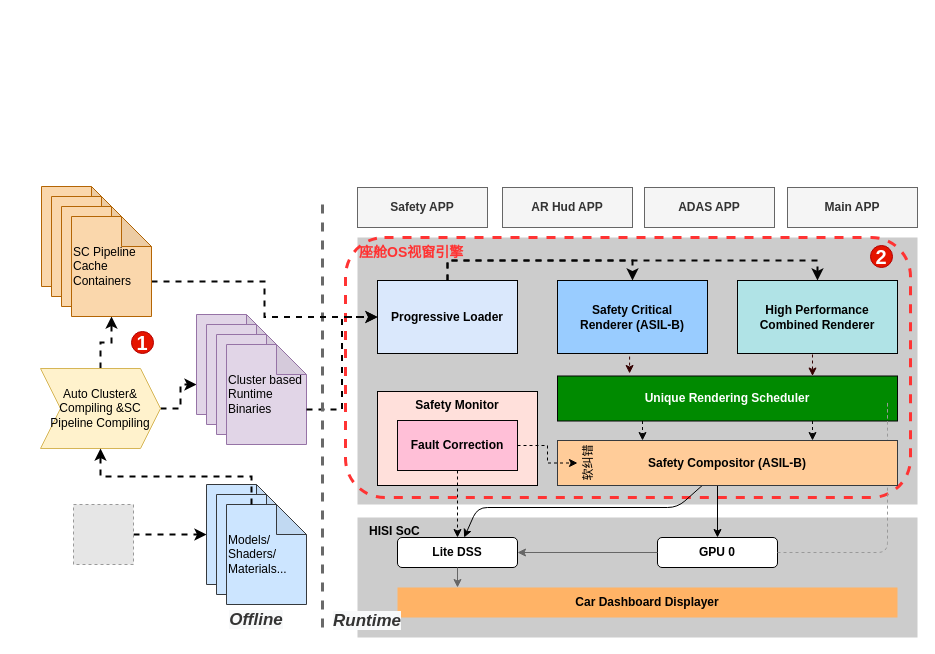
Earlier version of the draw.io diagram page "overview" (1 of 2) of 智能座舱关键技术.drawio (chaov/Blog). Source tidied: cells renumbered, new cells numbered last; positions are measured from the earlier drawing's top-left corner, leaving out a move shared by most shapes. Both pictures are drawn from the tidied source at 100%, with x=0, y=0 at pixel (17, 17). Pictures stored in the file or linked from it are replaced by grey dashed boxes.
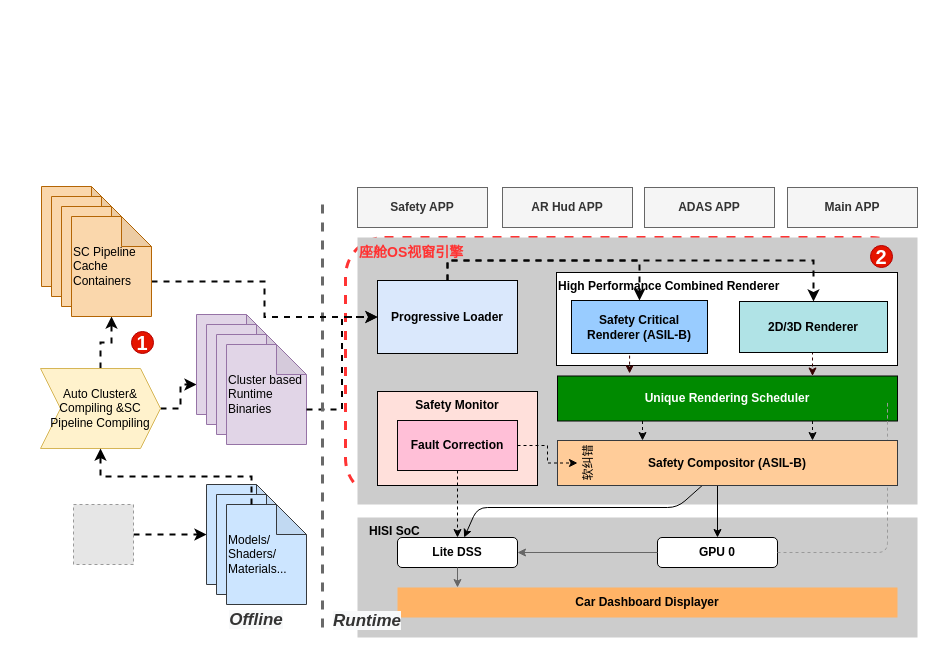
The same diagram, later.

Change to the diagram source:
```diff
@@
-    <mxCell id="2" style="group;align=right;verticalAlign=top;" parent="1" vertex="1">
+    <mxCell id="2" style="group;align=left;verticalAlign=top;" parent="1" vertex="1">
       <mxGeometry width="900" height="620" as="geometry" />
     </mxCell>
+    <mxCell id="4" style="rounded=1;whiteSpace=wrap;html=1;fontSize=20;fillColor=none;strokeColor=#FF3333;dashed=1;strokeWidth=3;glass=1;" parent="2" vertex="1">
+      <mxGeometry x="328" y="220" width="565" height="260" as="geometry" />
+    </mxCell>
@@
-    <mxCell id="4" style="rounded=1;whiteSpace=wrap;html=1;fontSize=20;fillColor=none;strokeColor=#FF3333;dashed=1;strokeWidth=3;glass=1;" parent="2" vertex="1">
-      <mxGeometry x="328" y="220" width="565" height="260" as="geometry" />
-    </mxCell>
+    <mxCell id="60" value="&lt;b&gt;High Performance Combined Renderer&lt;/b&gt;" style="rounded=0;whiteSpace=wrap;html=1;verticalAlign=top;align=left;" parent="2" vertex="1">
+      <mxGeometry x="539" y="255" width="341" height="93" as="geometry" />
+    </mxCell>
@@
     <mxCell id="13" value="Safety Critical &lt;br&gt;Renderer (ASIL-B)" style="rounded=0;whiteSpace=wrap;html=1;labelBackgroundColor=none;fontSize=12;fontColor=#000000;strokeColor=#000000;align=center;verticalAlign=middle;fillColor=#99CCFF;fontStyle=1;" parent="2" vertex="1">
-      <mxGeometry x="540" y="263" width="150" height="73" as="geometry" />
+      <mxGeometry x="554" y="283" width="136" height="53" as="geometry" />
     </mxCell>
@@
-    <mxCell id="15" value="High Performance Combined Renderer" style="rounded=0;whiteSpace=wrap;html=1;labelBackgroundColor=none;fontSize=12;strokeColor=#000000;align=center;verticalAlign=middle;fillColor=#b0e3e6;fontStyle=1;" parent="2" vertex="1">
-      <mxGeometry x="720" y="263" width="160" height="73" as="geometry" />
+    <mxCell id="15" value="2D/3D Renderer" style="rounded=0;whiteSpace=wrap;html=1;labelBackgroundColor=none;fontSize=12;strokeColor=#000000;align=center;verticalAlign=middle;fillColor=#b0e3e6;fontStyle=1;" parent="2" vertex="1">
+      <mxGeometry x="722" y="284" width="148" height="51" as="geometry" />
     </mxCell>
```
